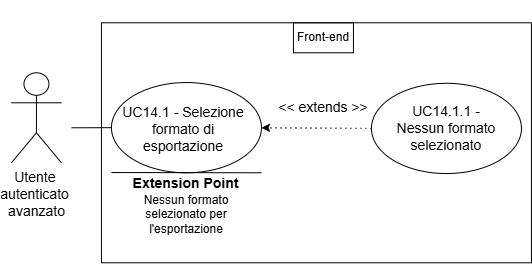
Earlier version of the draw.io export assets/diagrams/UC14_1.png (SkarabGroup/DocumentazioneProgetto). Source tidied: cells renumbered, new cells last; positions are measured from the earlier drawing's top-left corner, leaving out a move shared by most shapes.
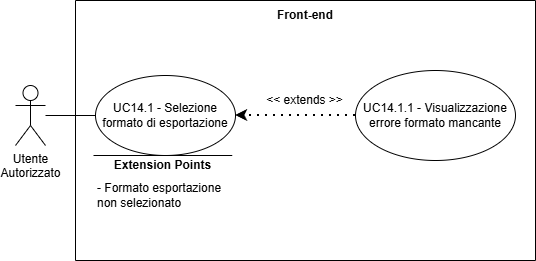
Later version of the same file.

Diff of the diagram source:
```diff
@@ -2,63 +2,41 @@
   <root>
     <mxCell id="0" />
     <mxCell id="1" parent="0" />
-    <mxCell id="2" style="endArrow=classic;html=1;rounded=0;" parent="1" edge="1">
-      <mxGeometry relative="1" as="geometry">
-        <mxPoint x="24" y="0.3" as="sourcePoint" />
-        <mxPoint x="24" y="0.3" as="targetPoint" />
-      </mxGeometry>
-    </mxCell>
-    <mxCell id="3" value="&lt;font style=&quot;font-size: 14px;&quot;&gt;Utente&lt;/font&gt;&lt;font style=&quot;font-size: 12px;&quot;&gt;&amp;nbsp;&lt;/font&gt;&lt;div&gt;&lt;font style=&quot;&quot;&gt;&lt;font style=&quot;font-size: 14px;&quot;&gt;autenticato&lt;/font&gt;&lt;span style=&quot;font-size: 14px;&quot;&gt;&amp;nbsp;&lt;/span&gt;&lt;/font&gt;&lt;/div&gt;&lt;div&gt;&lt;font style=&quot;font-size: 14px;&quot;&gt;avanzato&lt;/font&gt;&lt;/div&gt;" style="shape=umlActor;verticalLabelPosition=bottom;verticalAlign=top;html=1;" parent="1" vertex="1">
-      <mxGeometry y="65.3" width="50" height="90" as="geometry" />
-    </mxCell>
-    <mxCell id="4" style="rounded=0;whiteSpace=wrap;html=1;" parent="1" vertex="1">
-      <mxGeometry x="90" y="15.3" width="430" height="240" as="geometry" />
-    </mxCell>
-    <mxCell id="5" style="endArrow=none;html=1;rounded=0;" parent="1" edge="1" target="6">
-      <mxGeometry relative="1" as="geometry">
-        <mxPoint x="60" y="120.3" as="sourcePoint" />
-      </mxGeometry>
-    </mxCell>
-    <mxCell id="6" style="ellipse;whiteSpace=wrap;html=1;" parent="1" vertex="1">
-      <mxGeometry x="100" y="75" width="150" height="90.2" as="geometry" />
-    </mxCell>
+    <mxCell id="17" value="&lt;div&gt;Utente&lt;/div&gt;&lt;div&gt;Autorizzato&lt;/div&gt;" style="shape=umlActor;verticalLabelPosition=bottom;verticalAlign=top;html=1;outlineConnect=0;" parent="1" vertex="1">
+      <mxGeometry x="528" y="850" width="30" height="60" as="geometry" />
+    </mxCell>
+    <mxCell id="18" style="swimlane;startSize=0;" parent="1" vertex="1">
+      <mxGeometry x="588" y="765" width="460" height="260" as="geometry" />
+    </mxCell>
-    <mxCell id="7" value="&lt;font style=&quot;font-size: 14px;&quot;&gt;UC14.1 - Selezione formato di esportazione&lt;/font&gt;" style="text;html=1;whiteSpace=wrap;strokeColor=none;fillColor=none;align=center;verticalAlign=middle;rounded=0;" parent="1" vertex="1">
-      <mxGeometry x="100" y="107.3" width="143.8" height="28.8" as="geometry" />
+    <mxCell id="7" value="UC14.1 - Selezione formato di esportazione" style="ellipse;whiteSpace=wrap;html=1;" parent="18" vertex="1">
+      <mxGeometry x="20" y="75" width="140" height="80" as="geometry" />
     </mxCell>
-    <mxCell id="8" style="endArrow=classic;html=1;rounded=0;" parent="1" edge="1">
-      <mxGeometry relative="1" as="geometry">
-        <mxPoint x="20" y="15.3" as="sourcePoint" />
-        <mxPoint x="20" y="15.3" as="targetPoint" />
-      </mxGeometry>
-    </mxCell>
-    <mxCell id="9" style="endArrow=classic;html=1;rounded=0;exitX=0;exitY=0.5;exitDx=0;exitDy=0;dashed=1;dashPattern=1 4;" parent="1" edge="1" source="11">
-      <mxGeometry relative="1" as="geometry">
-        <mxPoint x="250" y="120.3" as="targetPoint" />
-      </mxGeometry>
-    </mxCell>
+    <mxCell id="19" value="UC14.1.1 - Visualizzazione errore formato mancante" style="ellipse;whiteSpace=wrap;html=1;" parent="18" vertex="1">
+      <mxGeometry x="280" y="70" width="160" height="90" as="geometry" />
+    </mxCell>
+    <mxCell id="20" style="endArrow=classic;dashed=1;html=1;dashPattern=1 3;strokeWidth=2;rounded=0;entryX=1;entryY=0.5;entryDx=0;entryDy=0;exitX=0;exitY=0.5;exitDx=0;exitDy=0;strokeColor=default;curved=0;endFill=1;endSize=6;" parent="18" edge="1" source="19" target="7">
+      <mxGeometry relative="1" as="geometry" />
+    </mxCell>
-    <mxCell id="10" value="&lt;font style=&quot;font-size: 14px;&quot;&gt;&amp;lt;&amp;lt; extends &amp;gt;&amp;gt;&lt;/font&gt;" style="text;html=1;whiteSpace=wrap;strokeColor=none;fillColor=none;align=center;verticalAlign=middle;rounded=0;" parent="1" vertex="1">
-      <mxGeometry x="264" y="85.3" width="96" height="30" as="geometry" />
+    <mxCell id="10" value="&lt;div&gt;&amp;lt;&amp;lt; extends &amp;gt;&amp;gt;&lt;/div&gt;" style="text;html=1;whiteSpace=wrap;strokeColor=none;fillColor=none;align=center;verticalAlign=middle;rounded=0;" parent="18" vertex="1">
+      <mxGeometry x="182.5" y="85" width="95" height="30" as="geometry" />
     </mxCell>
-    <mxCell id="11" style="ellipse;whiteSpace=wrap;html=1;" parent="1" vertex="1">
-      <mxGeometry x="360" y="75.8" width="150" height="90.2" as="geometry" />
-    </mxCell>
-    <mxCell id="12" value="&lt;font style=&quot;font-size: 14px;&quot;&gt;UC14.1.1 - Nessun formato selezionato&lt;/font&gt;" style="text;html=1;whiteSpace=wrap;strokeColor=none;fillColor=none;align=center;verticalAlign=middle;rounded=0;" parent="1" vertex="1">
-      <mxGeometry x="376.2" y="103.4" width="117.5" height="35.1" as="geometry" />
-    </mxCell>
-    <mxCell id="13" style="endArrow=none;html=1;rounded=0;" parent="1" edge="1">
-      <mxGeometry relative="1" as="geometry">
-        <mxPoint x="100" y="165" as="sourcePoint" />
-        <mxPoint x="250" y="165.3" as="targetPoint" />
-      </mxGeometry>
-    </mxCell>
-    <mxCell id="14" value="&lt;b&gt;&lt;font style=&quot;font-size: 14px;&quot;&gt;Extension Point&lt;/font&gt;&lt;/b&gt;" style="text;html=1;whiteSpace=wrap;strokeColor=none;fillColor=none;align=center;verticalAlign=middle;rounded=0;" parent="1" vertex="1">
-      <mxGeometry x="112.5" y="161" width="125" height="30" as="geometry" />
-    </mxCell>
-    <mxCell id="15" value="Nessun formato selezionato per l'esportazione" style="text;html=1;whiteSpace=wrap;strokeColor=none;fillColor=none;align=center;verticalAlign=middle;rounded=0;" parent="1" vertex="1">
-      <mxGeometry x="125" y="192" width="100" height="30" as="geometry" />
-    </mxCell>
+    <mxCell id="21" style="endArrow=none;html=1;rounded=0;" parent="18" edge="1">
+      <mxGeometry relative="1" as="geometry">
+        <mxPoint x="156.8" y="155" as="sourcePoint" />
+        <mxPoint x="18" y="155" as="targetPoint" />
+      </mxGeometry>
+    </mxCell>
+    <mxCell id="22" value="&lt;b&gt;Extension Points&lt;/b&gt;" style="text;html=1;whiteSpace=wrap;strokeColor=none;fillColor=none;align=center;verticalAlign=middle;rounded=0;strokeWidth=5;" parent="18" vertex="1">
+      <mxGeometry x="29.9" y="150" width="115" height="30" as="geometry" />
+    </mxCell>
+    <mxCell id="23" value="&lt;div&gt;- Formato esportazione non selezionato&lt;/div&gt;" style="text;html=1;whiteSpace=wrap;strokeColor=none;fillColor=none;align=left;verticalAlign=middle;rounded=0;" parent="18" vertex="1">
+      <mxGeometry x="20" y="155" width="147" height="80" as="geometry" />
+    </mxCell>
-    <mxCell id="16" value="Front-end" style="text;html=1;whiteSpace=wrap;strokeColor=default;fillColor=none;align=center;verticalAlign=middle;rounded=0;perimeterSpacing=1;" parent="1" vertex="1">
-      <mxGeometry x="282" y="15.3" width="60" height="30" as="geometry" />
+    <mxCell id="16" value="Front-end" style="text;html=1;whiteSpace=wrap;strokeColor=none;fillColor=none;align=center;verticalAlign=middle;rounded=0;perimeterSpacing=1;fontStyle=1;" parent="18" vertex="1">
+      <mxGeometry x="200" width="60" height="30" as="geometry" />
     </mxCell>
+    <mxCell id="24" style="endArrow=none;html=1;rounded=0;entryX=0;entryY=0.5;entryDx=0;entryDy=0;" parent="1" edge="1" source="17" target="7">
+      <mxGeometry relative="1" as="geometry" />
+    </mxCell>
   </root>
 </mxGraphModel>
```
